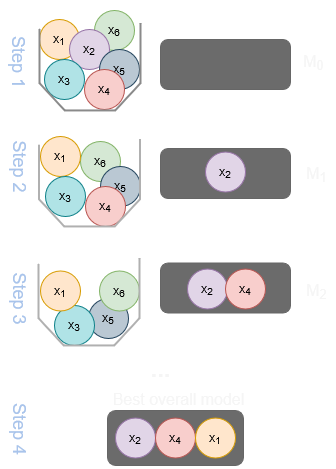
This is book/2_models/figures/ForwardStepwiseSelection.drawio.png from ConniBuschmann/psy112, a draw.io export, as it was before one commit. Source tidied: cells renumbered, new cells last; positions are measured from the earlier drawing's top-left corner, leaving out a move shared by most shapes.
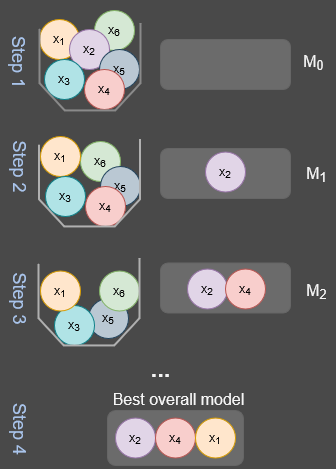
The same diagram one commit later.

Commit message:
subset selection

What changed in the source:
```diff
@@ -1,4 +1,4 @@
-<mxGraphModel>
+<mxGraphModel background="light-dark(#494949,#D2D2D2)">
   <root>
     <mxCell id="0" />
     <mxCell id="1" parent="0" />
```
